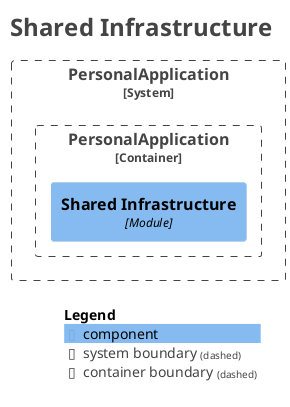
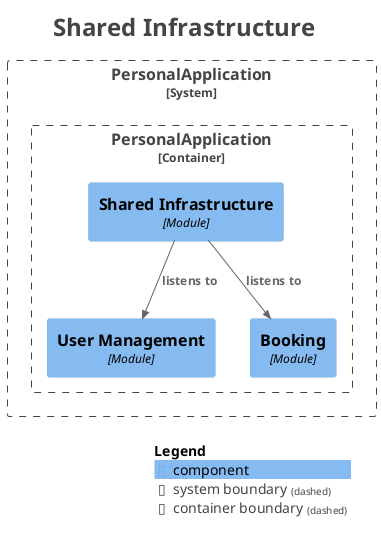
@startuml
title <size:24>Shared Infrastructure</size>

set separator none
top to bottom direction

<style>
  root {
    BackgroundColor: #ffffff
    FontColor: #444444
  }
</style>

!include <C4/C4>
!include <C4/C4_Context>
!include <C4/C4_Component>

System_Boundary("PersonalApplication_boundary", "PersonalApplication", $tags="") {
  Container_Boundary("PersonalApplication.PersonalApplication_boundary", "PersonalApplication", $tags="") {
+     Component(PersonalApplication.PersonalApplication.UserManagement, "User Management", $techn="Module", $descr="", $tags="", $link="")
    Component(PersonalApplication.PersonalApplication.SharedInfrastructure, "Shared Infrastructure", $techn="Module", $descr="", $tags="", $link="")
+     Component(PersonalApplication.PersonalApplication.Booking, "Booking", $techn="Module", $descr="", $tags="", $link="")
  }

}

+ Rel(PersonalApplication.PersonalApplication.SharedInfrastructure, PersonalApplication.PersonalApplication.UserManagement, "listens to", $techn="", $tags="", $link="")
+ Rel(PersonalApplication.PersonalApplication.SharedInfrastructure, PersonalApplication.PersonalApplication.Booking, "listens to", $techn="", $tags="", $link="")
+ 
SHOW_LEGEND(true)
hide stereotypes
@enduml